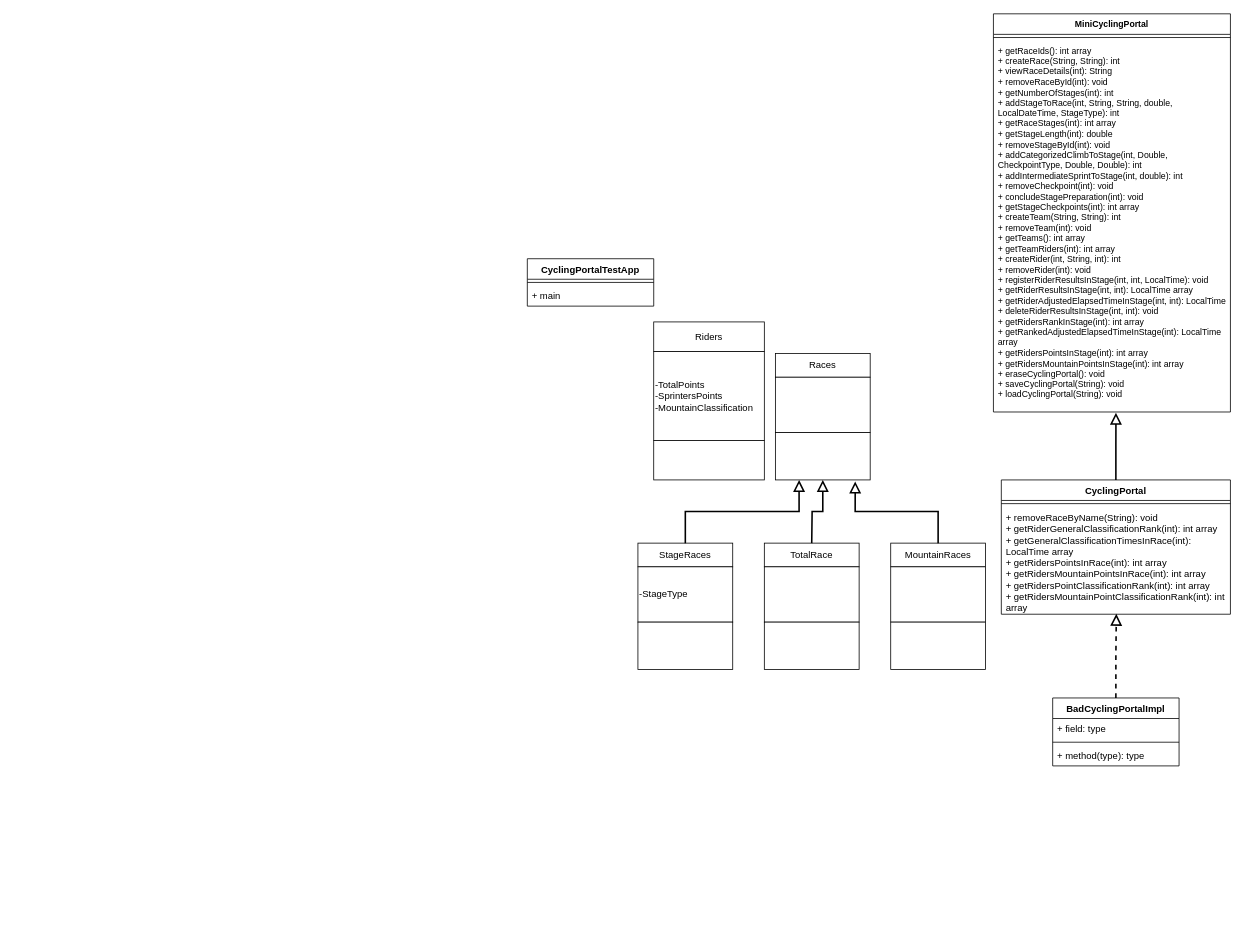
Earlier version of the draw.io diagram OOPCyclingUML.drawio (Negativity7477/Bike-Racing). Source tidied: cells renumbered, new cells numbered last; positions are measured from the earlier drawing's top-left corner, leaving out a move shared by most shapes. Both pictures are drawn from the tidied source at 79%, with x=0, y=0 at pixel (527, 13).
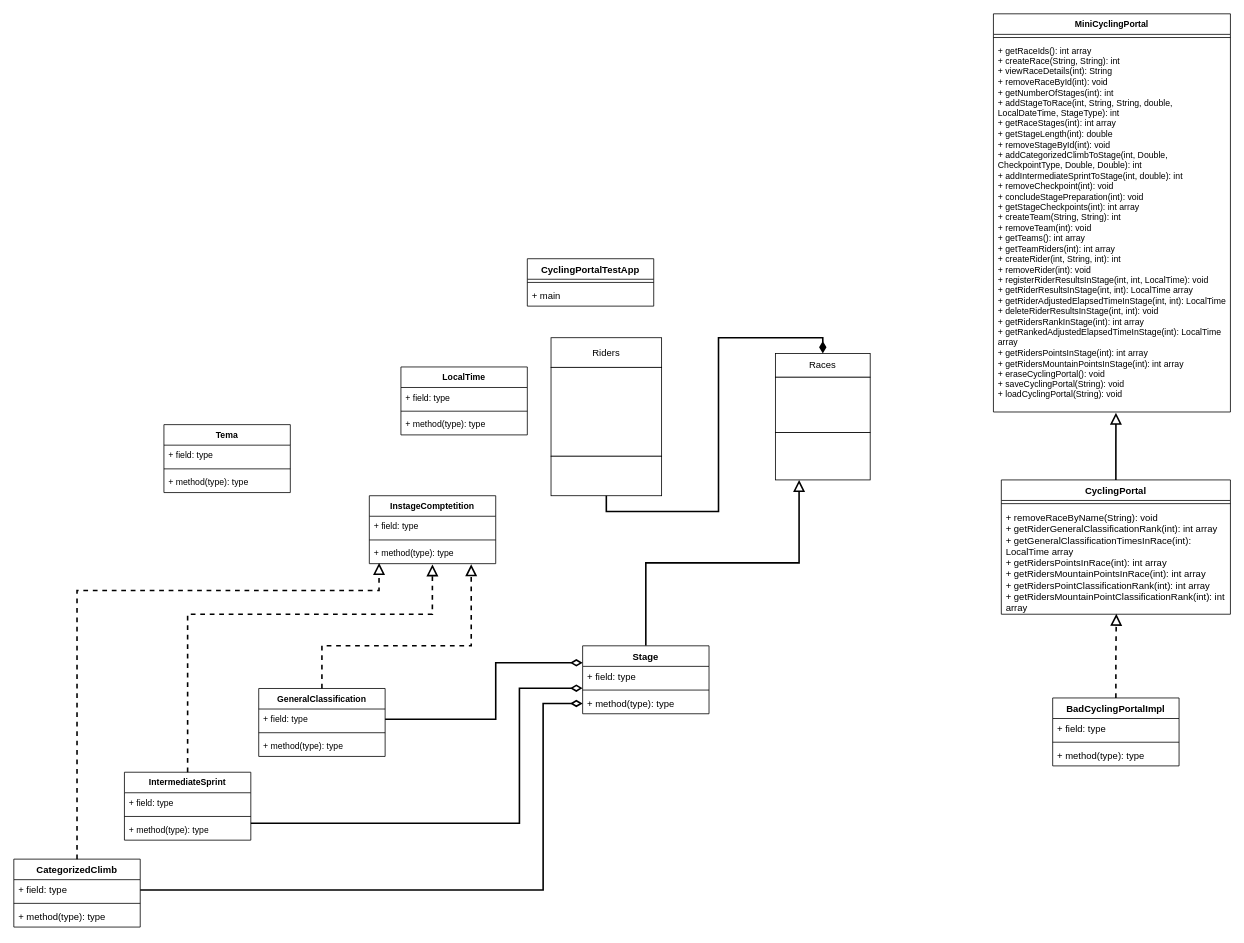
Above is the later version.

Commit message:
Most of classses made, attributes and methods tbd

Unchanged cells that the change refers to:
```xml
<mxCell id="8" style="rounded=0;whiteSpace=wrap;html=1;" parent="5" vertex="1">
  <mxGeometry y="150" width="140" height="50" as="geometry" />
</mxCell>
<mxCell id="10" value="Races" style="rounded=0;whiteSpace=wrap;html=1;" parent="9" vertex="1">
  <mxGeometry width="120" height="30" as="geometry" />
</mxCell>
<mxCell id="12" style="rounded=0;whiteSpace=wrap;html=1;" parent="9" vertex="1">
  <mxGeometry y="100" width="120" height="60" as="geometry" />
</mxCell>
```

What changed in the source:
```diff
@@
     <mxCell id="5" style="group;" parent="1" vertex="1">
-      <mxGeometry x="160" y="390" width="140" height="200" as="geometry" />
+      <mxGeometry x="30" y="410" width="140" height="200" as="geometry" />
     </mxCell>
@@
-    <mxCell id="7" value="&lt;div align=&quot;left&quot;&gt;-TotalPoints&lt;/div&gt;&lt;div&gt;-SprintersPoints&lt;/div&gt;&lt;div&gt;-MountainClassification&lt;br&gt;&lt;/div&gt;" style="rounded=0;whiteSpace=wrap;html=1;align=left;" parent="5" vertex="1">
+    <mxCell id="7" style="rounded=0;whiteSpace=wrap;html=1;align=left;" parent="5" vertex="1">
       <mxGeometry y="37.5" width="140" height="112.5" as="geometry" />
     </mxCell>
@@
-    <mxCell id="13" style="group;" parent="1" vertex="1">
-      <mxGeometry x="140" y="670" width="120" height="160" as="geometry" />
-    </mxCell>
-    <mxCell id="14" value="StageRaces" style="rounded=0;whiteSpace=wrap;html=1;" parent="13" vertex="1">
-      <mxGeometry width="120" height="30" as="geometry" />
-    </mxCell>
-    <mxCell id="15" value="&lt;div&gt;-StageType&lt;/div&gt;" style="rounded=0;whiteSpace=wrap;html=1;align=left;" parent="13" vertex="1">
-      <mxGeometry y="30" width="120" height="70" as="geometry" />
-    </mxCell>
-    <mxCell id="16" style="rounded=0;whiteSpace=wrap;html=1;" parent="13" vertex="1">
-      <mxGeometry y="100" width="120" height="60" as="geometry" />
-    </mxCell>
-    <mxCell id="17" style="group;" parent="1" vertex="1">
-      <mxGeometry x="460" y="670" width="120" height="160" as="geometry" />
-    </mxCell>
-    <mxCell id="18" value="MountainRaces" style="rounded=0;whiteSpace=wrap;html=1;" parent="17" vertex="1">
-      <mxGeometry width="120" height="30" as="geometry" />
-    </mxCell>
-    <mxCell id="19" style="rounded=0;whiteSpace=wrap;html=1;" parent="17" vertex="1">
-      <mxGeometry y="30" width="120" height="70" as="geometry" />
-    </mxCell>
-    <mxCell id="20" style="rounded=0;whiteSpace=wrap;html=1;" parent="17" vertex="1">
-      <mxGeometry y="100" width="120" height="60" as="geometry" />
-    </mxCell>
-    <mxCell id="21" style="endArrow=block;html=1;rounded=0;exitX=0.5;exitY=0;exitDx=0;exitDy=0;entryX=0.25;entryY=1;entryDx=0;entryDy=0;endFill=0;strokeWidth=2;endSize=10;startSize=10;edgeStyle=orthogonalEdgeStyle;" parent="1" edge="1" source="14" target="12">
+    <mxCell id="21" style="endArrow=block;html=1;rounded=0;exitX=0.5;exitY=0;exitDx=0;exitDy=0;entryX=0.25;entryY=1;entryDx=0;entryDy=0;endFill=0;strokeWidth=2;endSize=10;startSize=10;edgeStyle=orthogonalEdgeStyle;" parent="1" edge="1" source="40" target="12">
       <mxGeometry relative="1" as="geometry" />
     </mxCell>
-    <mxCell id="22" style="endArrow=block;html=1;rounded=0;exitX=0.5;exitY=0;exitDx=0;exitDy=0;endFill=0;strokeWidth=2;endSize=10;startSize=10;edgeStyle=orthogonalEdgeStyle;entryX=0.842;entryY=1.033;entryDx=0;entryDy=0;entryPerimeter=0;" parent="1" edge="1" source="18" target="12">
-      <mxGeometry relative="1" as="geometry" />
-    </mxCell>
-    <mxCell id="23" style="group;" parent="1" vertex="1">
-      <mxGeometry x="300" y="670" width="120" height="160" as="geometry" />
-    </mxCell>
-    <mxCell id="24" value="TotalRace" style="rounded=0;whiteSpace=wrap;html=1;" parent="23" vertex="1">
-      <mxGeometry width="120" height="30" as="geometry" />
-    </mxCell>
-    <mxCell id="25" style="rounded=0;whiteSpace=wrap;html=1;" parent="23" vertex="1">
-      <mxGeometry y="30" width="120" height="70" as="geometry" />
-    </mxCell>
-    <mxCell id="26" style="rounded=0;whiteSpace=wrap;html=1;" parent="23" vertex="1">
-      <mxGeometry y="100" width="120" height="60" as="geometry" />
-    </mxCell>
-    <mxCell id="27" style="endArrow=block;html=1;rounded=0;endFill=0;strokeWidth=2;endSize=10;startSize=10;edgeStyle=orthogonalEdgeStyle;entryX=0.5;entryY=1;entryDx=0;entryDy=0;" parent="1" edge="1" target="12">
-      <mxGeometry relative="1" as="geometry">
-        <mxPoint x="360" y="670" as="sourcePoint" />
-      </mxGeometry>
-    </mxCell>
@@
+    <mxCell id="40" value="Stage" style="swimlane;fontStyle=1;align=center;verticalAlign=top;horizontal=1;startSize=26;whiteSpace=wrap;html=1;" parent="1" vertex="1">
+      <mxGeometry x="70" y="800" width="160" height="86" as="geometry" />
+    </mxCell>
+    <mxCell id="41" value="+ field: type" style="text;strokeColor=none;fillColor=none;align=left;verticalAlign=top;spacingLeft=4;spacingRight=4;overflow=hidden;points=[[0,0.5],[1,0.5]];portConstraint=eastwest;whiteSpace=wrap;html=1;" parent="40" vertex="1">
+      <mxGeometry y="26" width="160" height="26" as="geometry" />
+    </mxCell>
+    <mxCell id="42" style="line;strokeWidth=1;fillColor=none;align=left;verticalAlign=middle;spacingTop=-1;spacingLeft=3;spacingRight=3;labelPosition=right;strokeColor=inherit;" parent="40" vertex="1">
+      <mxGeometry y="52" width="160" height="8" as="geometry" />
+    </mxCell>
+    <mxCell id="43" value="+ method(type): type" style="text;strokeColor=none;fillColor=none;align=left;verticalAlign=top;spacingLeft=4;spacingRight=4;overflow=hidden;points=[[0,0.5],[1,0.5]];portConstraint=eastwest;whiteSpace=wrap;html=1;" parent="40" vertex="1">
+      <mxGeometry y="60" width="160" height="26" as="geometry" />
+    </mxCell>
+    <mxCell id="44" value="CategorizedClimb" style="swimlane;fontStyle=1;align=center;verticalAlign=top;horizontal=1;startSize=26;whiteSpace=wrap;html=1;" parent="1" vertex="1">
+      <mxGeometry x="-650" y="1070" width="160" height="86" as="geometry" />
+    </mxCell>
+    <mxCell id="45" value="+ field: type" style="text;strokeColor=none;fillColor=none;align=left;verticalAlign=top;spacingLeft=4;spacingRight=4;overflow=hidden;points=[[0,0.5],[1,0.5]];portConstraint=eastwest;whiteSpace=wrap;html=1;" parent="44" vertex="1">
+      <mxGeometry y="26" width="160" height="26" as="geometry" />
+    </mxCell>
+    <mxCell id="46" style="line;strokeWidth=1;fillColor=none;align=left;verticalAlign=middle;spacingTop=-1;spacingLeft=3;spacingRight=3;labelPosition=right;strokeColor=inherit;" parent="44" vertex="1">
+      <mxGeometry y="52" width="160" height="8" as="geometry" />
+    </mxCell>
+    <mxCell id="47" value="+ method(type): type" style="text;strokeColor=none;fillColor=none;align=left;verticalAlign=top;spacingLeft=4;spacingRight=4;overflow=hidden;whiteSpace=wrap;html=1;" parent="44" vertex="1">
+      <mxGeometry y="60" width="160" height="26" as="geometry" />
+    </mxCell>
+    <mxCell id="48" style="edgeStyle=orthogonalEdgeStyle;rounded=0;jettySize=auto;html=1;exitX=1;exitY=0.5;exitDx=0;exitDy=0;entryX=0;entryY=0.5;entryDx=0;entryDy=0;strokeColor=default;strokeWidth=2;align=center;verticalAlign=middle;fontFamily=Helvetica;fontSize=11;fontColor=default;labelBackgroundColor=default;startSize=10;endArrow=diamondThin;endFill=0;endSize=10;" parent="1" edge="1" source="45" target="43">
+      <mxGeometry relative="1" as="geometry">
+        <Array as="points">
+          <mxPoint x="20" y="1109" />
+          <mxPoint x="20" y="873" />
+        </Array>
+      </mxGeometry>
+    </mxCell>
+    <mxCell id="49" value="InstageComptetition" style="swimlane;fontStyle=1;align=center;verticalAlign=top;horizontal=1;startSize=26;whiteSpace=wrap;html=1;fontFamily=Helvetica;fontSize=11;fontColor=default;labelBackgroundColor=default;" parent="1" vertex="1">
+      <mxGeometry x="-200" y="610" width="160" height="86" as="geometry" />
+    </mxCell>
+    <mxCell id="50" value="+ field: type" style="text;strokeColor=none;fillColor=none;align=left;verticalAlign=top;spacingLeft=4;spacingRight=4;overflow=hidden;whiteSpace=wrap;html=1;fontFamily=Helvetica;fontSize=11;fontColor=default;labelBackgroundColor=default;" parent="49" vertex="1">
+      <mxGeometry y="26" width="160" height="26" as="geometry" />
+    </mxCell>
+    <mxCell id="51" style="line;strokeWidth=1;fillColor=none;align=left;verticalAlign=middle;spacingTop=-1;spacingLeft=3;spacingRight=3;labelPosition=right;strokeColor=inherit;fontFamily=Helvetica;fontSize=11;fontColor=default;labelBackgroundColor=default;" parent="49" vertex="1">
+      <mxGeometry y="52" width="160" height="8" as="geometry" />
+    </mxCell>
+    <mxCell id="52" value="+ method(type): type" style="text;strokeColor=none;fillColor=none;align=left;verticalAlign=top;spacingLeft=4;spacingRight=4;overflow=hidden;points=[[0,0.5],[1,0.5]];portConstraint=eastwest;whiteSpace=wrap;html=1;fontFamily=Helvetica;fontSize=11;fontColor=default;labelBackgroundColor=default;" parent="49" vertex="1">
+      <mxGeometry y="60" width="160" height="26" as="geometry" />
+    </mxCell>
+    <mxCell id="53" style="edgeStyle=orthogonalEdgeStyle;rounded=0;jettySize=auto;html=1;exitX=0.5;exitY=0;exitDx=0;exitDy=0;entryX=0.077;entryY=0.964;entryDx=0;entryDy=0;entryPerimeter=0;strokeColor=default;strokeWidth=2;align=center;verticalAlign=middle;fontFamily=Helvetica;fontSize=11;fontColor=default;labelBackgroundColor=default;startSize=10;endArrow=block;endFill=0;endSize=10;dashed=1;" parent="1" edge="1" source="44" target="52">
+      <mxGeometry relative="1" as="geometry">
+        <Array as="points">
+          <mxPoint x="-390" y="730" />
+          <mxPoint x="-188" y="730" />
+          <mxPoint x="-188" y="695" />
+        </Array>
+      </mxGeometry>
+    </mxCell>
+    <mxCell id="54" value="IntermediateSprint" style="swimlane;fontStyle=1;align=center;verticalAlign=top;horizontal=1;startSize=26;whiteSpace=wrap;html=1;fontFamily=Helvetica;fontSize=11;fontColor=default;labelBackgroundColor=default;" parent="1" vertex="1">
+      <mxGeometry x="-510" y="960" width="160" height="86" as="geometry" />
+    </mxCell>
+    <mxCell id="55" value="+ field: type" style="text;strokeColor=none;fillColor=none;align=left;verticalAlign=top;spacingLeft=4;spacingRight=4;overflow=hidden;whiteSpace=wrap;html=1;fontFamily=Helvetica;fontSize=11;fontColor=default;labelBackgroundColor=default;" parent="54" vertex="1">
+      <mxGeometry y="26" width="160" height="26" as="geometry" />
+    </mxCell>
+    <mxCell id="56" style="line;strokeWidth=1;fillColor=none;align=left;verticalAlign=middle;spacingTop=-1;spacingLeft=3;spacingRight=3;labelPosition=right;strokeColor=inherit;fontFamily=Helvetica;fontSize=11;fontColor=default;labelBackgroundColor=default;" parent="54" vertex="1">
+      <mxGeometry y="52" width="160" height="8" as="geometry" />
+    </mxCell>
+    <mxCell id="57" value="+ method(type): type" style="text;strokeColor=none;fillColor=none;align=left;verticalAlign=top;spacingLeft=4;spacingRight=4;overflow=hidden;whiteSpace=wrap;html=1;fontFamily=Helvetica;fontSize=11;fontColor=default;labelBackgroundColor=default;" parent="54" vertex="1">
+      <mxGeometry y="60" width="160" height="26" as="geometry" />
+    </mxCell>
+    <mxCell id="58" style="edgeStyle=orthogonalEdgeStyle;rounded=0;jettySize=auto;html=1;exitX=0.5;exitY=0;exitDx=0;exitDy=0;entryX=0.499;entryY=1.036;entryDx=0;entryDy=0;entryPerimeter=0;strokeColor=default;strokeWidth=2;align=center;verticalAlign=middle;fontFamily=Helvetica;fontSize=11;fontColor=default;labelBackgroundColor=default;startSize=10;endArrow=block;endFill=0;endSize=10;dashed=1;" parent="1" edge="1" source="54" target="52">
+      <mxGeometry relative="1" as="geometry">
+        <Array as="points">
+          <mxPoint x="-430" y="760" />
+          <mxPoint x="-120" y="760" />
+        </Array>
+      </mxGeometry>
+    </mxCell>
+    <mxCell id="59" style="edgeStyle=orthogonalEdgeStyle;rounded=0;jettySize=auto;html=1;exitX=1;exitY=0.75;exitDx=0;exitDy=0;entryX=0;entryY=1.062;entryDx=0;entryDy=0;entryPerimeter=0;strokeColor=default;strokeWidth=2;align=center;verticalAlign=middle;fontFamily=Helvetica;fontSize=11;fontColor=default;labelBackgroundColor=default;startSize=10;endArrow=diamondThin;endFill=0;endSize=10;" parent="1" edge="1" source="54" target="41">
+      <mxGeometry relative="1" as="geometry">
+        <Array as="points">
+          <mxPoint x="-10" y="1025" />
+          <mxPoint x="-10" y="854" />
+          <mxPoint x="70" y="854" />
+        </Array>
+      </mxGeometry>
+    </mxCell>
+    <mxCell id="60" value="Tema" style="swimlane;fontStyle=1;align=center;verticalAlign=top;horizontal=1;startSize=26;whiteSpace=wrap;html=1;fontFamily=Helvetica;fontSize=11;fontColor=default;labelBackgroundColor=default;" parent="1" vertex="1">
+      <mxGeometry x="-460" y="520" width="160" height="86" as="geometry" />
+    </mxCell>
+    <mxCell id="61" value="+ field: type" style="text;strokeColor=none;fillColor=none;align=left;verticalAlign=top;spacingLeft=4;spacingRight=4;overflow=hidden;whiteSpace=wrap;html=1;fontFamily=Helvetica;fontSize=11;fontColor=default;labelBackgroundColor=default;" parent="60" vertex="1">
+      <mxGeometry y="26" width="160" height="26" as="geometry" />
+    </mxCell>
+    <mxCell id="62" style="line;strokeWidth=1;fillColor=none;align=left;verticalAlign=middle;spacingTop=-1;spacingLeft=3;spacingRight=3;labelPosition=right;strokeColor=inherit;fontFamily=Helvetica;fontSize=11;fontColor=default;labelBackgroundColor=default;" parent="60" vertex="1">
+      <mxGeometry y="52" width="160" height="8" as="geometry" />
+    </mxCell>
+    <mxCell id="63" value="+ method(type): type" style="text;strokeColor=none;fillColor=none;align=left;verticalAlign=top;spacingLeft=4;spacingRight=4;overflow=hidden;whiteSpace=wrap;html=1;fontFamily=Helvetica;fontSize=11;fontColor=default;labelBackgroundColor=default;" parent="60" vertex="1">
+      <mxGeometry y="60" width="160" height="26" as="geometry" />
+    </mxCell>
+    <mxCell id="64" value="LocalTime" style="swimlane;fontStyle=1;align=center;verticalAlign=top;horizontal=1;startSize=26;whiteSpace=wrap;html=1;fontFamily=Helvetica;fontSize=11;fontColor=default;labelBackgroundColor=default;" parent="1" vertex="1">
+      <mxGeometry x="-160" y="447" width="160" height="86" as="geometry" />
+    </mxCell>
+    <mxCell id="65" value="+ field: type" style="text;strokeColor=none;fillColor=none;align=left;verticalAlign=top;spacingLeft=4;spacingRight=4;overflow=hidden;whiteSpace=wrap;html=1;fontFamily=Helvetica;fontSize=11;fontColor=default;labelBackgroundColor=default;" parent="64" vertex="1">
+      <mxGeometry y="26" width="160" height="26" as="geometry" />
+    </mxCell>
+    <mxCell id="66" style="line;strokeWidth=1;fillColor=none;align=left;verticalAlign=middle;spacingTop=-1;spacingLeft=3;spacingRight=3;labelPosition=right;strokeColor=inherit;fontFamily=Helvetica;fontSize=11;fontColor=default;labelBackgroundColor=default;" parent="64" vertex="1">
+      <mxGeometry y="52" width="160" height="8" as="geometry" />
+    </mxCell>
+    <mxCell id="67" value="+ method(type): type" style="text;strokeColor=none;fillColor=none;align=left;verticalAlign=top;spacingLeft=4;spacingRight=4;overflow=hidden;whiteSpace=wrap;html=1;fontFamily=Helvetica;fontSize=11;fontColor=default;labelBackgroundColor=default;" parent="64" vertex="1">
+      <mxGeometry y="60" width="160" height="26" as="geometry" />
+    </mxCell>
+    <mxCell id="68" value="GeneralClassification" style="swimlane;fontStyle=1;align=center;verticalAlign=top;horizontal=1;startSize=26;whiteSpace=wrap;html=1;fontFamily=Helvetica;fontSize=11;fontColor=default;labelBackgroundColor=default;" parent="1" vertex="1">
+      <mxGeometry x="-340" y="854" width="160" height="86" as="geometry" />
+    </mxCell>
+    <mxCell id="69" value="+ field: type" style="text;strokeColor=none;fillColor=none;align=left;verticalAlign=top;spacingLeft=4;spacingRight=4;overflow=hidden;points=[[0,0.5],[1,0.5]];portConstraint=eastwest;whiteSpace=wrap;html=1;fontFamily=Helvetica;fontSize=11;fontColor=default;labelBackgroundColor=default;" parent="68" vertex="1">
+      <mxGeometry y="26" width="160" height="26" as="geometry" />
+    </mxCell>
+    <mxCell id="70" style="line;strokeWidth=1;fillColor=none;align=left;verticalAlign=middle;spacingTop=-1;spacingLeft=3;spacingRight=3;labelPosition=right;strokeColor=inherit;fontFamily=Helvetica;fontSize=11;fontColor=default;labelBackgroundColor=default;" parent="68" vertex="1">
+      <mxGeometry y="52" width="160" height="8" as="geometry" />
+    </mxCell>
+    <mxCell id="71" value="+ method(type): type" style="text;strokeColor=none;fillColor=none;align=left;verticalAlign=top;spacingLeft=4;spacingRight=4;overflow=hidden;whiteSpace=wrap;html=1;fontFamily=Helvetica;fontSize=11;fontColor=default;labelBackgroundColor=default;" parent="68" vertex="1">
+      <mxGeometry y="60" width="160" height="26" as="geometry" />
+    </mxCell>
+    <mxCell id="72" style="edgeStyle=orthogonalEdgeStyle;rounded=0;jettySize=auto;html=1;exitX=0.5;exitY=1;exitDx=0;exitDy=0;entryX=0.5;entryY=0;entryDx=0;entryDy=0;strokeColor=default;strokeWidth=2;align=center;verticalAlign=middle;fontFamily=Helvetica;fontSize=11;fontColor=default;labelBackgroundColor=default;startSize=10;endArrow=diamondThin;endFill=1;endSize=10;" parent="1" edge="1" source="8" target="10">
+      <mxGeometry relative="1" as="geometry" />
+    </mxCell>
+    <mxCell id="73" style="edgeStyle=orthogonalEdgeStyle;rounded=0;jettySize=auto;html=1;exitX=0.5;exitY=0;exitDx=0;exitDy=0;entryX=0.806;entryY=1.031;entryDx=0;entryDy=0;entryPerimeter=0;strokeColor=default;strokeWidth=2;align=center;verticalAlign=middle;fontFamily=Helvetica;fontSize=11;fontColor=default;labelBackgroundColor=default;startSize=10;endArrow=block;endFill=0;endSize=10;dashed=1;" parent="1" edge="1" source="68" target="52">
+      <mxGeometry relative="1" as="geometry">
+        <Array as="points">
+          <mxPoint x="-260" y="800" />
+          <mxPoint x="-71" y="800" />
+        </Array>
+      </mxGeometry>
+    </mxCell>
+    <mxCell id="74" style="edgeStyle=orthogonalEdgeStyle;rounded=0;jettySize=auto;html=1;exitX=1;exitY=0.5;exitDx=0;exitDy=0;entryX=0;entryY=0.25;entryDx=0;entryDy=0;strokeColor=default;strokeWidth=2;align=center;verticalAlign=middle;fontFamily=Helvetica;fontSize=11;fontColor=default;labelBackgroundColor=default;startSize=10;endArrow=diamondThin;endFill=0;endSize=10;" parent="1" edge="1" source="69" target="40">
+      <mxGeometry relative="1" as="geometry">
+        <Array as="points">
+          <mxPoint x="-40" y="893" />
+          <mxPoint x="-40" y="822" />
+        </Array>
+      </mxGeometry>
+    </mxCell>
```
